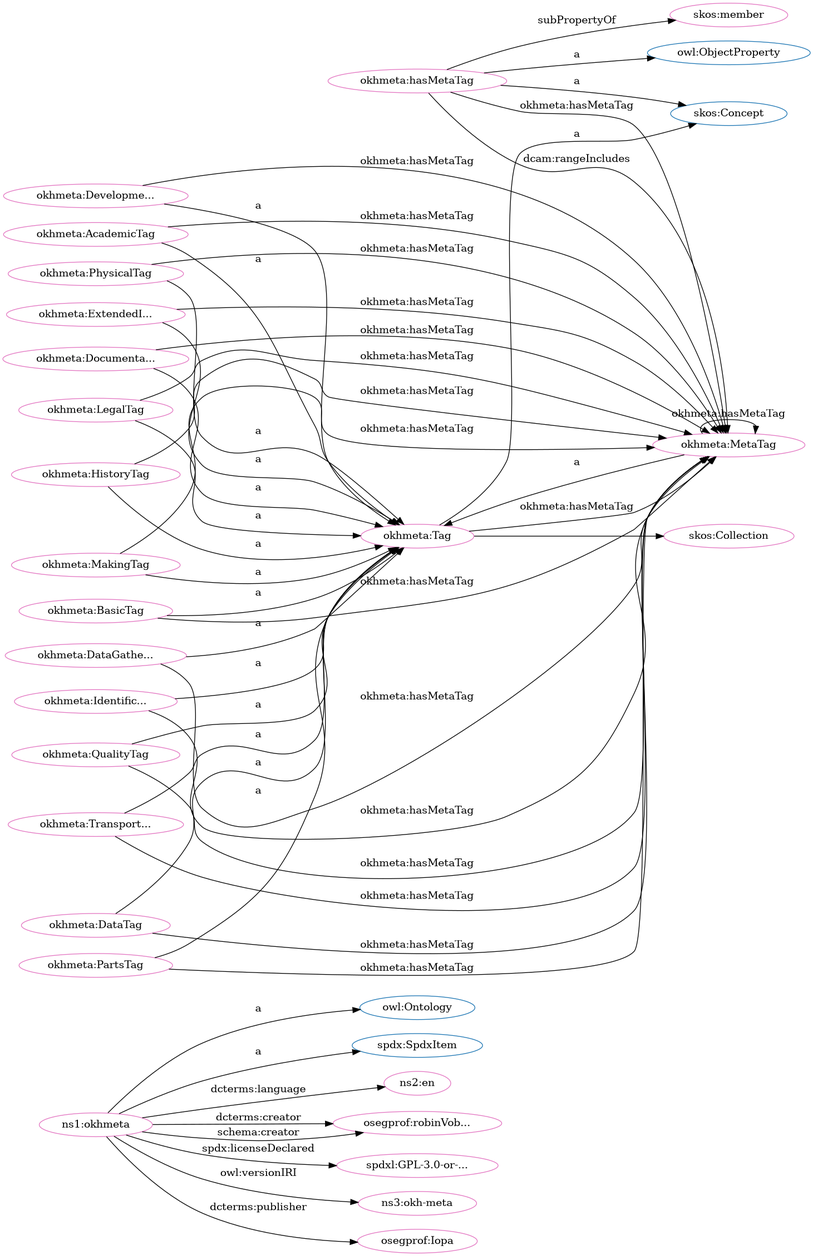
Earlier version of the Graphviz export src/spec/dot_okh-meta.png (iop-alliance/OpenKnowHow). Its source is kept beside it as src/spec/dot_okh-meta.dot.
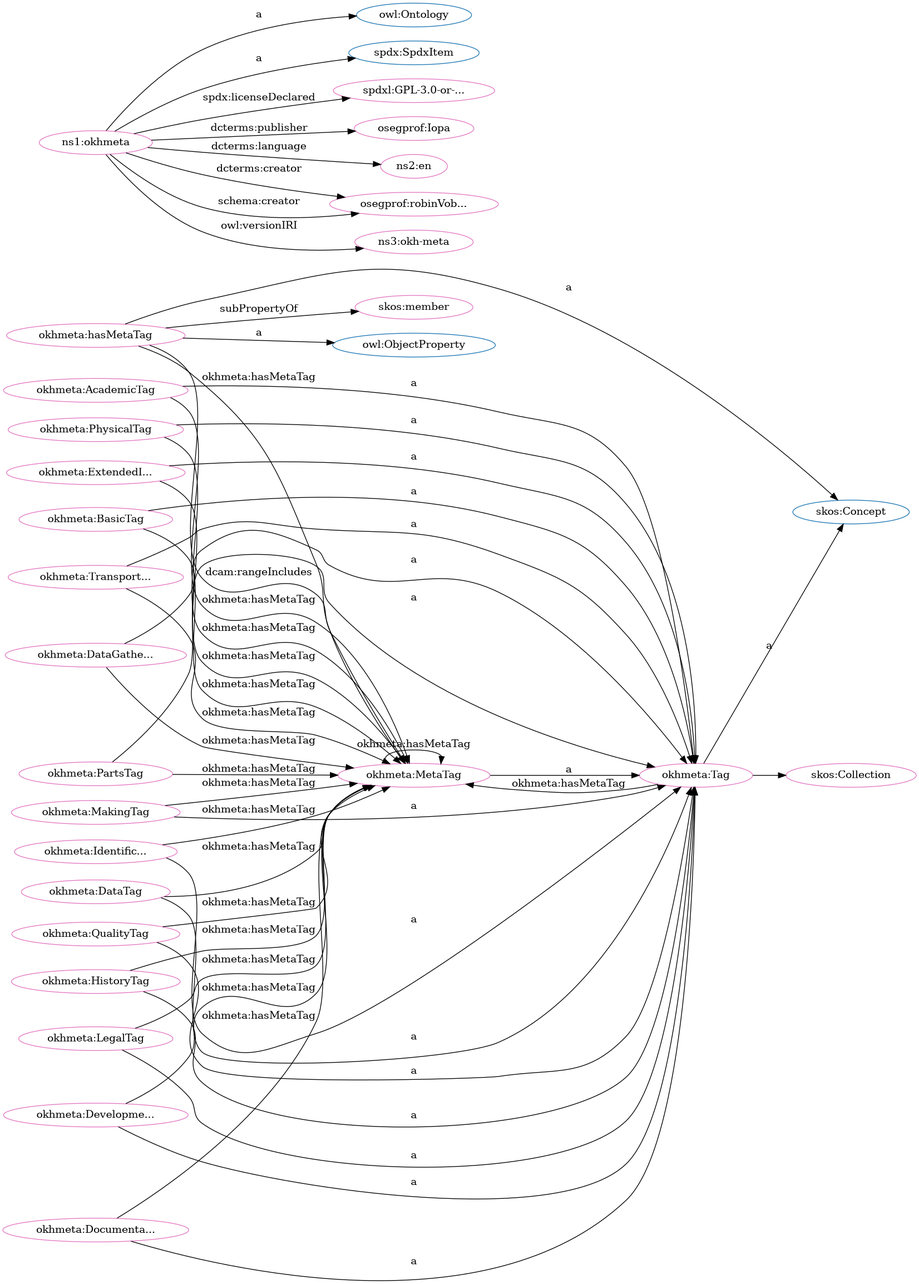
The same file after the commit.

The edit, as a diff of the source:
```diff
@@ -1,84 +1,84 @@
 digraph G {
   rankdir=BT
   node[height=.3]
+"http://www.w3.org/2002/07/owl#ObjectProperty" [fillcolor="#1f77b4" color="#1f77b4" label="owl:ObjectProperty"]
 "http://www.w3.org/2002/07/owl#Ontology" [fillcolor="#1f77b4" color="#1f77b4" label="owl:Ontology"]
+"http://spdx.org/rdf/terms#SpdxItem" [fillcolor="#1f77b4" color="#1f77b4" label="spdx:SpdxItem"]
 "http://www.w3.org/2004/02/skos/core#Concept" [fillcolor="#1f77b4" color="#1f77b4" label="skos:Concept"]
 "http://www.w3.org/2004/02/skos/core#Collection" [fillcolor="#1f77b4" color="#1f77b4" label="skos:Collection"]
 "http://w3id.org/oseg/ont/okhmeta#Tag" [fillcolor="#1f77b4" color="#1f77b4" label="okhmeta:Tag"]
-"http://www.w3.org/2002/07/owl#ObjectProperty" [fillcolor="#1f77b4" color="#1f77b4" label="owl:ObjectProperty"]
-"http://spdx.org/rdf/terms#SpdxItem" [fillcolor="#1f77b4" color="#1f77b4" label="spdx:SpdxItem"]
-"http://w3id.org/oseg/ont/okhmeta#Tag" [fillcolor="#e377c2" color="#e377c2" label="okhmeta:Tag"]
+"http://w3id.org/oseg/ont/okhmeta#MakingTag" [fillcolor="#e377c2" color="#e377c2" label="okhmeta:MakingTag"]
+"http://www.w3.org/2004/02/skos/core#Collection" [fillcolor="#e377c2" color="#e377c2" label="skos:Collection"]
 "http://w3id.org/oseg/ont/okhmeta#MetaTag" [fillcolor="#e377c2" color="#e377c2" label="okhmeta:MetaTag"]
 "http://w3id.org/oseg/ont/okhmeta#DocumentationTag" [fillcolor="#e377c2" color="#e377c2" label="okhmeta:Documenta..."]
-"http://w3id.org/oseg/ont/okhmeta#hasMetaTag" [fillcolor="#e377c2" color="#e377c2" label="okhmeta:hasMetaTag"]
 "http://w3id.org/oseg/ont/okhmeta" [fillcolor="#e377c2" color="#e377c2" label="ns1:okhmeta"]
 "http://w3id.org/oseg/ont/okhmeta#TransportationTag" [fillcolor="#e377c2" color="#e377c2" label="okhmeta:Transport..."]
 "http://www.w3.org/2004/02/skos/core#member" [fillcolor="#e377c2" color="#e377c2" label="skos:member"]
-"http://id.loc.gov/vocabulary/iso639-1/en" [fillcolor="#e377c2" color="#e377c2" label="ns2:en"]
-"http://w3id.org/oseg/ont/okhmeta#DevelopmentTag" [fillcolor="#e377c2" color="#e377c2" label="okhmeta:Developme..."]
-"http://w3id.org/oseg/ont/okhmeta#DataGatheringTag" [fillcolor="#e377c2" color="#e377c2" label="okhmeta:DataGathe..."]
+"http://w3id.org/oseg/ont/okhmeta#Tag" [fillcolor="#e377c2" color="#e377c2" label="okhmeta:Tag"]
 "http://w3id.org/oseg/ont/okhmeta#QualityTag" [fillcolor="#e377c2" color="#e377c2" label="okhmeta:QualityTag"]
-"http://w3id.org/oseg/ont/oseg-profiles#robinVobruba" [fillcolor="#e377c2" color="#e377c2" label="osegprof:robinVob..."]
-"http://w3id.org/oseg/ont/okhmeta#AcademicTag" [fillcolor="#e377c2" color="#e377c2" label="okhmeta:AcademicTag"]
-"http://spdx.org/licenses/GPL-3.0-or-later" [fillcolor="#e377c2" color="#e377c2" label="spdxl:GPL-3.0-or-..."]
 "http://w3id.org/oseg/ont/okhmeta#PhysicalTag" [fillcolor="#e377c2" color="#e377c2" label="okhmeta:PhysicalTag"]
 "http://w3id.org/oseg/ont/okhmeta#BasicTag" [fillcolor="#e377c2" color="#e377c2" label="okhmeta:BasicTag"]
 "http://w3id.org/oseg/ont/okhmeta#PartsTag" [fillcolor="#e377c2" color="#e377c2" label="okhmeta:PartsTag"]
-"http://w3id.org/oseg/ont/okhmeta#HistoryTag" [fillcolor="#e377c2" color="#e377c2" label="okhmeta:HistoryTag"]
-"http://w3id.org/oseg/ont/okhmeta#DataTag" [fillcolor="#e377c2" color="#e377c2" label="okhmeta:DataTag"]
-"http://w3id.org/oseg/ont/1.1.0/okh-meta" [fillcolor="#e377c2" color="#e377c2" label="ns3:okh-meta"]
-"http://w3id.org/oseg/ont/okhmeta#MakingTag" [fillcolor="#e377c2" color="#e377c2" label="okhmeta:MakingTag"]
+"http://w3id.org/oseg/ont/okhmeta#ExtendedInfoTag" [fillcolor="#e377c2" color="#e377c2" label="okhmeta:ExtendedI..."]
+"http://w3id.org/oseg/ont/okhmeta#hasMetaTag" [fillcolor="#e377c2" color="#e377c2" label="okhmeta:hasMetaTag"]
+"http://w3id.org/oseg/ont/okhmeta#DevelopmentTag" [fillcolor="#e377c2" color="#e377c2" label="okhmeta:Developme..."]
+"http://spdx.org/licenses/GPL-3.0-or-later" [fillcolor="#e377c2" color="#e377c2" label="spdxl:GPL-3.0-or-..."]
 "http://w3id.org/oseg/ont/okhmeta#IdentificationTag" [fillcolor="#e377c2" color="#e377c2" label="okhmeta:Identific..."]
 "http://w3id.org/oseg/ont/oseg-profiles#Iopa" [fillcolor="#e377c2" color="#e377c2" label="osegprof:Iopa"]
+"http://id.loc.gov/vocabulary/iso639-1/en" [fillcolor="#e377c2" color="#e377c2" label="ns2:en"]
+"http://w3id.org/oseg/ont/oseg-profiles#robinVobruba" [fillcolor="#e377c2" color="#e377c2" label="osegprof:robinVob..."]
+"http://w3id.org/oseg/ont/1.1.0/okh-meta" [fillcolor="#e377c2" color="#e377c2" label="ns3:okh-meta"]
+"http://w3id.org/oseg/ont/okhmeta#AcademicTag" [fillcolor="#e377c2" color="#e377c2" label="okhmeta:AcademicTag"]
+"http://w3id.org/oseg/ont/okhmeta#DataTag" [fillcolor="#e377c2" color="#e377c2" label="okhmeta:DataTag"]
+"http://w3id.org/oseg/ont/okhmeta#HistoryTag" [fillcolor="#e377c2" color="#e377c2" label="okhmeta:HistoryTag"]
 "http://w3id.org/oseg/ont/okhmeta#LegalTag" [fillcolor="#e377c2" color="#e377c2" label="okhmeta:LegalTag"]
-"http://www.w3.org/2004/02/skos/core#Collection" [fillcolor="#e377c2" color="#e377c2" label="skos:Collection"]
-"http://w3id.org/oseg/ont/okhmeta#ExtendedInfoTag" [fillcolor="#e377c2" color="#e377c2" label="okhmeta:ExtendedI..."]
+"http://w3id.org/oseg/ont/okhmeta#DataGatheringTag" [fillcolor="#e377c2" color="#e377c2" label="okhmeta:DataGathe..."]
+  "http://w3id.org/oseg/ont/okhmeta#Tag" -> "http://www.w3.org/2004/02/skos/core#Collection" [label=""]
+  "http://w3id.org/oseg/ont/okhmeta#TransportationTag" -> "http://w3id.org/oseg/ont/okhmeta#MetaTag" [label="okhmeta:hasMetaTag"]
+  "http://w3id.org/oseg/ont/okhmeta#QualityTag" -> "http://w3id.org/oseg/ont/okhmeta#MetaTag" [label="okhmeta:hasMetaTag"]
+  "http://w3id.org/oseg/ont/okhmeta#PhysicalTag" -> "http://w3id.org/oseg/ont/okhmeta#MetaTag" [label="okhmeta:hasMetaTag"]
+  "http://w3id.org/oseg/ont/okhmeta" -> "http://www.w3.org/2002/07/owl#Ontology" [label="a"]
+  "http://w3id.org/oseg/ont/okhmeta#BasicTag" -> "http://w3id.org/oseg/ont/okhmeta#MetaTag" [label="okhmeta:hasMetaTag"]
+  "http://w3id.org/oseg/ont/okhmeta#PartsTag" -> "http://w3id.org/oseg/ont/okhmeta#MetaTag" [label="okhmeta:hasMetaTag"]
   "http://w3id.org/oseg/ont/okhmeta#Tag" -> "http://www.w3.org/2004/02/skos/core#Concept" [label="a"]
+  "http://w3id.org/oseg/ont/okhmeta#ExtendedInfoTag" -> "http://w3id.org/oseg/ont/okhmeta#Tag" [label="a"]
+  "http://w3id.org/oseg/ont/okhmeta#IdentificationTag" -> "http://w3id.org/oseg/ont/okhmeta#Tag" [label="a"]
+  "http://w3id.org/oseg/ont/okhmeta#AcademicTag" -> "http://w3id.org/oseg/ont/okhmeta#MetaTag" [label="okhmeta:hasMetaTag"]
+  "http://w3id.org/oseg/ont/okhmeta#DataTag" -> "http://w3id.org/oseg/ont/okhmeta#MetaTag" [label="okhmeta:hasMetaTag"]
+  "http://w3id.org/oseg/ont/okhmeta#MetaTag" -> "http://w3id.org/oseg/ont/okhmeta#MetaTag" [label="okhmeta:hasMetaTag"]
+  "http://w3id.org/oseg/ont/okhmeta#hasMetaTag" -> "http://w3id.org/oseg/ont/okhmeta#MetaTag" [label="okhmeta:hasMetaTag"]
+  "http://w3id.org/oseg/ont/okhmeta#HistoryTag" -> "http://w3id.org/oseg/ont/okhmeta#Tag" [label="a"]
+  "http://w3id.org/oseg/ont/okhmeta" -> "http://w3id.org/oseg/ont/oseg-profiles#robinVobruba" [label="dcterms:creator"]
+  "http://w3id.org/oseg/ont/okhmeta#DevelopmentTag" -> "http://w3id.org/oseg/ont/okhmeta#MetaTag" [label="okhmeta:hasMetaTag"]
+  "http://w3id.org/oseg/ont/okhmeta#LegalTag" -> "http://w3id.org/oseg/ont/okhmeta#Tag" [label="a"]
+  "http://w3id.org/oseg/ont/okhmeta" -> "http://spdx.org/rdf/terms#SpdxItem" [label="a"]
+  "http://w3id.org/oseg/ont/okhmeta#DataGatheringTag" -> "http://w3id.org/oseg/ont/okhmeta#Tag" [label="a"]
+  "http://w3id.org/oseg/ont/okhmeta#MakingTag" -> "http://w3id.org/oseg/ont/okhmeta#Tag" [label="a"]
   "http://w3id.org/oseg/ont/okhmeta#DocumentationTag" -> "http://w3id.org/oseg/ont/okhmeta#Tag" [label="a"]
-  "http://w3id.org/oseg/ont/okhmeta" -> "http://www.w3.org/2002/07/owl#Ontology" [label="a"]
+  "http://w3id.org/oseg/ont/okhmeta#TransportationTag" -> "http://w3id.org/oseg/ont/okhmeta#Tag" [label="a"]
+  "http://w3id.org/oseg/ont/okhmeta#hasMetaTag" -> "http://www.w3.org/2004/02/skos/core#member" [label="subPropertyOf"]
+  "http://w3id.org/oseg/ont/okhmeta#QualityTag" -> "http://w3id.org/oseg/ont/okhmeta#Tag" [label="a"]
+  "http://w3id.org/oseg/ont/okhmeta#ExtendedInfoTag" -> "http://w3id.org/oseg/ont/okhmeta#MetaTag" [label="okhmeta:hasMetaTag"]
+  "http://w3id.org/oseg/ont/okhmeta#PhysicalTag" -> "http://w3id.org/oseg/ont/okhmeta#Tag" [label="a"]
+  "http://w3id.org/oseg/ont/okhmeta#IdentificationTag" -> "http://w3id.org/oseg/ont/okhmeta#MetaTag" [label="okhmeta:hasMetaTag"]
+  "http://w3id.org/oseg/ont/okhmeta#BasicTag" -> "http://w3id.org/oseg/ont/okhmeta#Tag" [label="a"]
+  "http://w3id.org/oseg/ont/okhmeta#PartsTag" -> "http://w3id.org/oseg/ont/okhmeta#Tag" [label="a"]
+  "http://w3id.org/oseg/ont/okhmeta#DevelopmentTag" -> "http://w3id.org/oseg/ont/okhmeta#Tag" [label="a"]
+  "http://w3id.org/oseg/ont/okhmeta" -> "http://spdx.org/licenses/GPL-3.0-or-later" [label="spdx:licenseDeclared"]
+  "http://w3id.org/oseg/ont/okhmeta#hasMetaTag" -> "http://w3id.org/oseg/ont/okhmeta#MetaTag" [label="dcam:rangeIncludes"]
+  "http://w3id.org/oseg/ont/okhmeta#hasMetaTag" -> "http://www.w3.org/2004/02/skos/core#Concept" [label="a"]
+  "http://w3id.org/oseg/ont/okhmeta" -> "http://w3id.org/oseg/ont/oseg-profiles#Iopa" [label="dcterms:publisher"]
+  "http://w3id.org/oseg/ont/okhmeta#HistoryTag" -> "http://w3id.org/oseg/ont/okhmeta#MetaTag" [label="okhmeta:hasMetaTag"]
+  "http://w3id.org/oseg/ont/okhmeta" -> "http://id.loc.gov/vocabulary/iso639-1/en" [label="dcterms:language"]
   "http://w3id.org/oseg/ont/okhmeta#LegalTag" -> "http://w3id.org/oseg/ont/okhmeta#MetaTag" [label="okhmeta:hasMetaTag"]
-  "http://w3id.org/oseg/ont/okhmeta#hasMetaTag" -> "http://www.w3.org/2004/02/skos/core#member" [label="subPropertyOf"]
-  "http://w3id.org/oseg/ont/okhmeta" -> "http://id.loc.gov/vocabulary/iso639-1/en" [label="dcterms:language"]
-  "http://w3id.org/oseg/ont/okhmeta" -> "http://spdx.org/rdf/terms#SpdxItem" [label="a"]
-  "http://w3id.org/oseg/ont/okhmeta#DevelopmentTag" -> "http://w3id.org/oseg/ont/okhmeta#Tag" [label="a"]
-  "http://w3id.org/oseg/ont/okhmeta#hasMetaTag" -> "http://w3id.org/oseg/ont/okhmeta#MetaTag" [label="dcam:rangeIncludes"]
-  "http://w3id.org/oseg/ont/okhmeta#ExtendedInfoTag" -> "http://w3id.org/oseg/ont/okhmeta#MetaTag" [label="okhmeta:hasMetaTag"]
-  "http://w3id.org/oseg/ont/okhmeta#QualityTag" -> "http://w3id.org/oseg/ont/okhmeta#Tag" [label="a"]
-  "http://w3id.org/oseg/ont/okhmeta#hasMetaTag" -> "http://www.w3.org/2004/02/skos/core#Concept" [label="a"]
-  "http://w3id.org/oseg/ont/okhmeta#TransportationTag" -> "http://w3id.org/oseg/ont/okhmeta#MetaTag" [label="okhmeta:hasMetaTag"]
-  "http://w3id.org/oseg/ont/okhmeta#PhysicalTag" -> "http://w3id.org/oseg/ont/okhmeta#Tag" [label="a"]
-  "http://w3id.org/oseg/ont/okhmeta#PartsTag" -> "http://w3id.org/oseg/ont/okhmeta#Tag" [label="a"]
-  "http://w3id.org/oseg/ont/okhmeta#HistoryTag" -> "http://w3id.org/oseg/ont/okhmeta#Tag" [label="a"]
+  "http://w3id.org/oseg/ont/okhmeta" -> "http://w3id.org/oseg/ont/oseg-profiles#robinVobruba" [label="schema:creator"]
+  "http://w3id.org/oseg/ont/okhmeta#MakingTag" -> "http://w3id.org/oseg/ont/okhmeta#MetaTag" [label="okhmeta:hasMetaTag"]
+  "http://w3id.org/oseg/ont/okhmeta" -> "http://w3id.org/oseg/ont/1.1.0/okh-meta" [label="owl:versionIRI"]
+  "http://w3id.org/oseg/ont/okhmeta#AcademicTag" -> "http://w3id.org/oseg/ont/okhmeta#Tag" [label="a"]
   "http://w3id.org/oseg/ont/okhmeta#DataTag" -> "http://w3id.org/oseg/ont/okhmeta#Tag" [label="a"]
-  "http://w3id.org/oseg/ont/okhmeta#BasicTag" -> "http://w3id.org/oseg/ont/okhmeta#MetaTag" [label="okhmeta:hasMetaTag"]
+  "http://w3id.org/oseg/ont/okhmeta#DataGatheringTag" -> "http://w3id.org/oseg/ont/okhmeta#MetaTag" [label="okhmeta:hasMetaTag"]
+  "http://w3id.org/oseg/ont/okhmeta#MetaTag" -> "http://w3id.org/oseg/ont/okhmeta#Tag" [label="a"]
+  "http://w3id.org/oseg/ont/okhmeta#Tag" -> "http://w3id.org/oseg/ont/okhmeta#MetaTag" [label="okhmeta:hasMetaTag"]
   "http://w3id.org/oseg/ont/okhmeta#DocumentationTag" -> "http://w3id.org/oseg/ont/okhmeta#MetaTag" [label="okhmeta:hasMetaTag"]
-  "http://w3id.org/oseg/ont/okhmeta#IdentificationTag" -> "http://w3id.org/oseg/ont/okhmeta#Tag" [label="a"]
-  "http://w3id.org/oseg/ont/okhmeta" -> "http://w3id.org/oseg/ont/oseg-profiles#Iopa" [label="dcterms:publisher"]
-  "http://w3id.org/oseg/ont/okhmeta#Tag" -> "http://www.w3.org/2004/02/skos/core#Collection" [label=""]
-  "http://w3id.org/oseg/ont/okhmeta#ExtendedInfoTag" -> "http://w3id.org/oseg/ont/okhmeta#Tag" [label="a"]
-  "http://w3id.org/oseg/ont/okhmeta#MakingTag" -> "http://w3id.org/oseg/ont/okhmeta#MetaTag" [label="okhmeta:hasMetaTag"]
-  "http://w3id.org/oseg/ont/okhmeta#MetaTag" -> "http://w3id.org/oseg/ont/okhmeta#Tag" [label="a"]
-  "http://w3id.org/oseg/ont/okhmeta#IdentificationTag" -> "http://w3id.org/oseg/ont/okhmeta#MetaTag" [label="okhmeta:hasMetaTag"]
   "http://w3id.org/oseg/ont/okhmeta#hasMetaTag" -> "http://www.w3.org/2002/07/owl#ObjectProperty" [label="a"]
-  "http://w3id.org/oseg/ont/okhmeta#TransportationTag" -> "http://w3id.org/oseg/ont/okhmeta#Tag" [label="a"]
-  "http://w3id.org/oseg/ont/okhmeta#PhysicalTag" -> "http://w3id.org/oseg/ont/okhmeta#MetaTag" [label="okhmeta:hasMetaTag"]
-  "http://w3id.org/oseg/ont/okhmeta#MetaTag" -> "http://w3id.org/oseg/ont/okhmeta#MetaTag" [label="okhmeta:hasMetaTag"]
-  "http://w3id.org/oseg/ont/okhmeta#DataGatheringTag" -> "http://w3id.org/oseg/ont/okhmeta#Tag" [label="a"]
-  "http://w3id.org/oseg/ont/okhmeta" -> "http://w3id.org/oseg/ont/oseg-profiles#robinVobruba" [label="dcterms:creator"]
-  "http://w3id.org/oseg/ont/okhmeta#AcademicTag" -> "http://w3id.org/oseg/ont/okhmeta#Tag" [label="a"]
-  "http://w3id.org/oseg/ont/okhmeta#HistoryTag" -> "http://w3id.org/oseg/ont/okhmeta#MetaTag" [label="okhmeta:hasMetaTag"]
-  "http://w3id.org/oseg/ont/okhmeta" -> "http://spdx.org/licenses/GPL-3.0-or-later" [label="spdx:licenseDeclared"]
-  "http://w3id.org/oseg/ont/okhmeta" -> "http://w3id.org/oseg/ont/oseg-profiles#robinVobruba" [label="schema:creator"]
-  "http://w3id.org/oseg/ont/okhmeta#BasicTag" -> "http://w3id.org/oseg/ont/okhmeta#Tag" [label="a"]
-  "http://w3id.org/oseg/ont/okhmeta#QualityTag" -> "http://w3id.org/oseg/ont/okhmeta#MetaTag" [label="okhmeta:hasMetaTag"]
-  "http://w3id.org/oseg/ont/okhmeta#DevelopmentTag" -> "http://w3id.org/oseg/ont/okhmeta#MetaTag" [label="okhmeta:hasMetaTag"]
-  "http://w3id.org/oseg/ont/okhmeta#Tag" -> "http://w3id.org/oseg/ont/okhmeta#MetaTag" [label="okhmeta:hasMetaTag"]
-  "http://w3id.org/oseg/ont/okhmeta#PartsTag" -> "http://w3id.org/oseg/ont/okhmeta#MetaTag" [label="okhmeta:hasMetaTag"]
-  "http://w3id.org/oseg/ont/okhmeta" -> "http://w3id.org/oseg/ont/1.1.0/okh-meta" [label="owl:versionIRI"]
-  "http://w3id.org/oseg/ont/okhmeta#MakingTag" -> "http://w3id.org/oseg/ont/okhmeta#Tag" [label="a"]
-  "http://w3id.org/oseg/ont/okhmeta#LegalTag" -> "http://w3id.org/oseg/ont/okhmeta#Tag" [label="a"]
-  "http://w3id.org/oseg/ont/okhmeta#DataTag" -> "http://w3id.org/oseg/ont/okhmeta#MetaTag" [label="okhmeta:hasMetaTag"]
-  "http://w3id.org/oseg/ont/okhmeta#hasMetaTag" -> "http://w3id.org/oseg/ont/okhmeta#MetaTag" [label="okhmeta:hasMetaTag"]
-  "http://w3id.org/oseg/ont/okhmeta#DataGatheringTag" -> "http://w3id.org/oseg/ont/okhmeta#MetaTag" [label="okhmeta:hasMetaTag"]
-  "http://w3id.org/oseg/ont/okhmeta#AcademicTag" -> "http://w3id.org/oseg/ont/okhmeta#MetaTag" [label="okhmeta:hasMetaTag"]
 }
```
